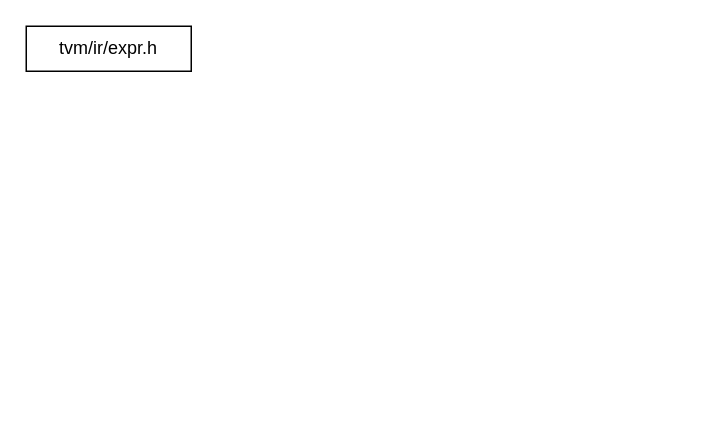
Above: arith.drawio in spz0507/kvmstudy (draw.io), before the change. Source tidied: cells renumbered, new cells numbered last; positions are measured from the earlier drawing's top-left corner, leaving out a move shared by most shapes. Both pictures are drawn from the tidied source at 150%, with x=0, y=0 at pixel (26, 26).
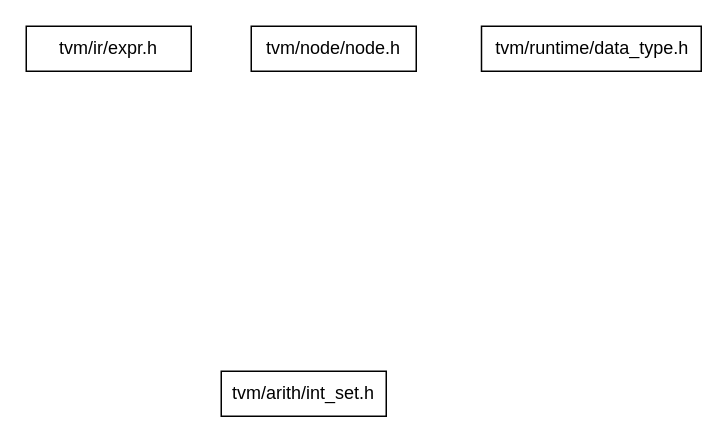
The same diagram, later.

Change to the diagram source:
```diff
@@
 <mxGraphModel>
   <root>
     <mxCell id="0" />
     <mxCell id="1" parent="0" />
     <mxCell id="2" value="tvm/ir/expr.h" style="html=1;whiteSpace=wrap;" parent="1" vertex="1">
       <mxGeometry width="110" height="30" as="geometry" />
     </mxCell>
+    <mxCell id="3" value="tvm/node/node.h" style="html=1;whiteSpace=wrap;" parent="1" vertex="1">
+      <mxGeometry x="150" width="110" height="30" as="geometry" />
+    </mxCell>
+    <mxCell id="4" value="tvm/runtime/data_type.h" style="html=1;whiteSpace=wrap;" parent="1" vertex="1">
+      <mxGeometry x="303.5" width="146.5" height="30" as="geometry" />
+    </mxCell>
+    <mxCell id="5" value="tvm/arith/int_set.h" style="html=1;whiteSpace=wrap;" parent="1" vertex="1">
+      <mxGeometry x="130" y="230" width="110" height="30" as="geometry" />
+    </mxCell>
   </root>
 </mxGraphModel>
```
